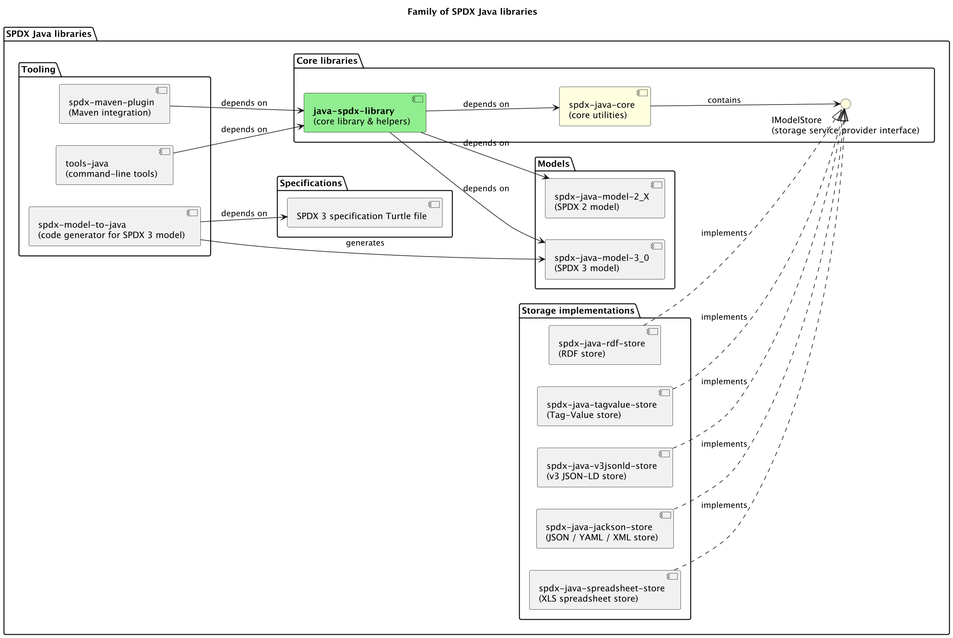
Above: spdx_java_lib_family.png in spdx/Spdx-Java-Library (PlantUML), before the change.
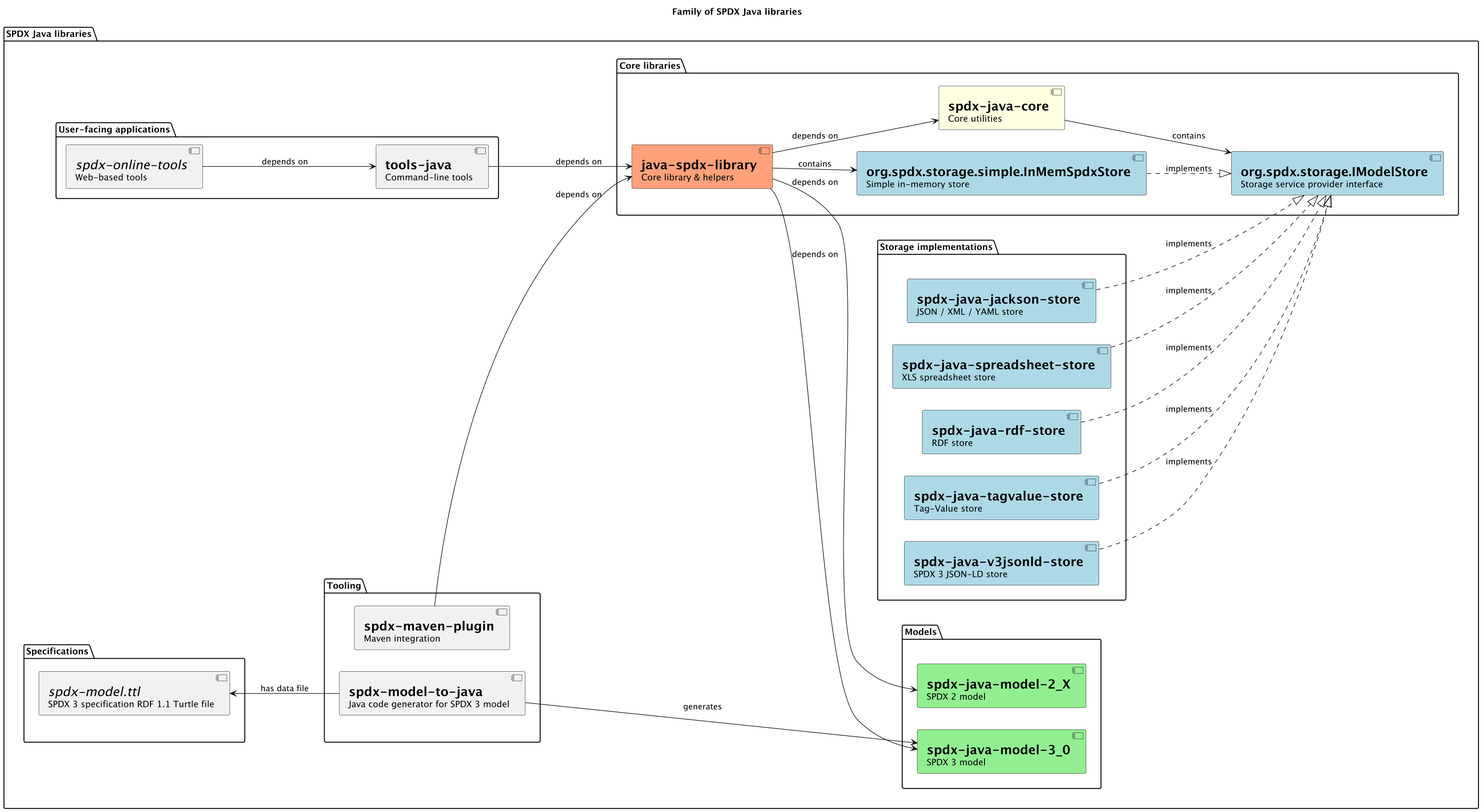
After the change.

Commit message:
Update diagram with in-memory storage

Diff of the diagram source:
```diff
@@ -6,33 +6,38 @@
 left to right direction
 
 package "SPDX Java libraries" {
-    package "Core libraries" {
-        component "<b>java-spdx-library</b>\n(core library & helpers)" as lib #LightGreen
-        component "spdx-java-core\n(core utilities)" as core #LightYellow
-        interface "IModelStore\n(storage service provider interface)" as storeSPI #LightYellow
+    package "Core libraries" as core_pkg {
+        component "<b><size:20>java-spdx-library</size></b>\nCore library & helpers" as lib #LightSalmon
+        component "<b><size:20>spdx-java-core</size></b>\nCore utilities" as core #LightYellow
+        component "<b><size:20>org.spdx.storage.IModelStore</size></b>\nStorage service provider interface" as storeSPI #LightBlue
+        component "<b><size:20>org.spdx.storage.simple.InMemSpdxStore</size></b>\nSimple in-memory store" as inmem #LightBlue
     }
 
-    package "Models" {
-        component "spdx-java-model-2_X\n(SPDX 2 model)" as model2
-        component "spdx-java-model-3_0\n(SPDX 3 model)" as model3
+    package "Models" as model_pkg {
+        component "<b><size:20>spdx-java-model-2_X</size></b>\nSPDX 2 model" as model2 #LightGreen
+        component "<b><size:20>spdx-java-model-3_0</size></b>\nSPDX 3 model" as model3 #LightGreen
     }
 
-    package "Storage implementations" {
-        component "spdx-java-tagvalue-store\n(Tag-Value store)" as tagvalue
-        component "spdx-java-rdf-store\n(RDF store)" as rdf
-        component "spdx-java-spreadsheet-store\n(XLS spreadsheet store)" as sheet
-        component "spdx-java-jackson-store\n(JSON / YAML / XML store)" as jackson
-        component "spdx-java-v3jsonld-store\n(v3 JSON-LD store)" as v3jsonld
+    package "Storage implementations" as store_pkg {
+        component "<b><size:20>spdx-java-tagvalue-store</size></b>\nTag-Value store" as tagvalue #LightBlue
+        component "<b><size:20>spdx-java-rdf-store</size></b>\nRDF store" as rdf #LightBlue
+        component "<b><size:20>spdx-java-spreadsheet-store</size></b>\nXLS spreadsheet store" as sheet #LightBlue
+        component "<b><size:20>spdx-java-jackson-store</size></b>\nJSON / XML / YAML store" as jackson #LightBlue
+        component "<b><size:20>spdx-java-v3jsonld-store</size></b>\nSPDX 3 JSON-LD store" as v3jsonld #LightBlue
     }
 
-    package "Tooling" {
-        component "spdx-model-to-java\n(code generator for SPDX 3 model)" as genmodel3
-        component "tools-java\n(command-line tools)" as tools
-        component "spdx-maven-plugin\n(Maven integration)" as maven
+    package "Tooling" as tooling_pkg {
+        component "<b><size:20>spdx-maven-plugin</size></b>\nMaven integration" as maven
+        component "<b><size:20>spdx-model-to-java</size></b>\nJava code generator for SPDX 3 model" as genmodel3
     }
 
-    package "Specifications" {
-        component "SPDX 3 specification Turtle file" as spdx3turtle
+    package "Specifications" as spec_pkg {
+        component "<i><size:20>spdx-model.ttl</size></i>\nSPDX 3 specification RDF 1.1 Turtle file" as spdx3turtle
+    }
+
+    package "User-facing applications" as app_pkg {
+        component "<b><size:20>tools-java</size></b>\nCommand-line tools" as tools
+        component "<i><size:20>spdx-online-tools</size></i>\nWeb-based tools" as online
     }
 }
 
@@ -41,6 +46,8 @@
 lib --> model3 : depends on
 
 core --> storeSPI : contains
+lib --> inmem : contains
+inmem ..|> storeSPI : implements
 jackson ..|> storeSPI : implements
 rdf ..|> storeSPI : implements
 sheet ..|> storeSPI : implements
@@ -48,8 +55,15 @@
 v3jsonld ..|> storeSPI : implements
 
 maven --> lib : depends on
+genmodel3 --> model3 : generates
+genmodel3 -left-> spdx3turtle : has data file
+
 tools --> lib : depends on
-genmodel3 --> model3 : generates
-genmodel3 --> spdx3turtle : depends on
+online --> tools : depends on
+
+spec_pkg -[hidden]-> tooling_pkg
+store_pkg -[hidden]-> core_pkg
+inmem -[hidden]-> store_pkg
+model_pkg -[hidden]-> core_pkg
 
 @enduml
```
